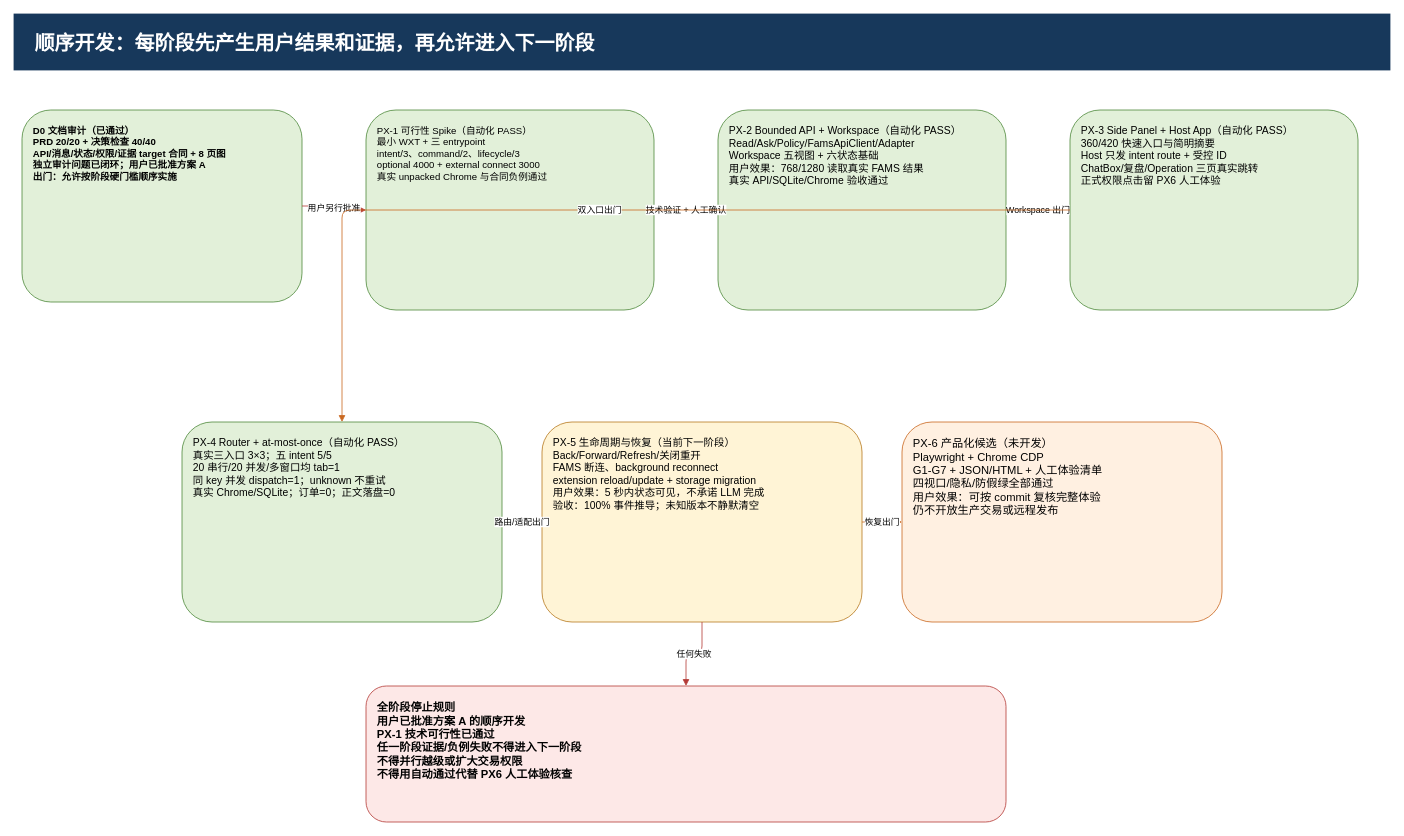
The draw.io diagram page "6 开发及验收计划" (6 of 8) of docs/v2-px-target-architecture-gap.drawio in ljx418/FAMS, before the edit. Source tidied: cells renumbered, new cells numbered last; positions are measured from the earlier drawing's top-left corner, leaving out a move shared by most shapes. Both pictures are drawn from the tidied source at 80%, with x=0, y=0 at pixel (14, 14).
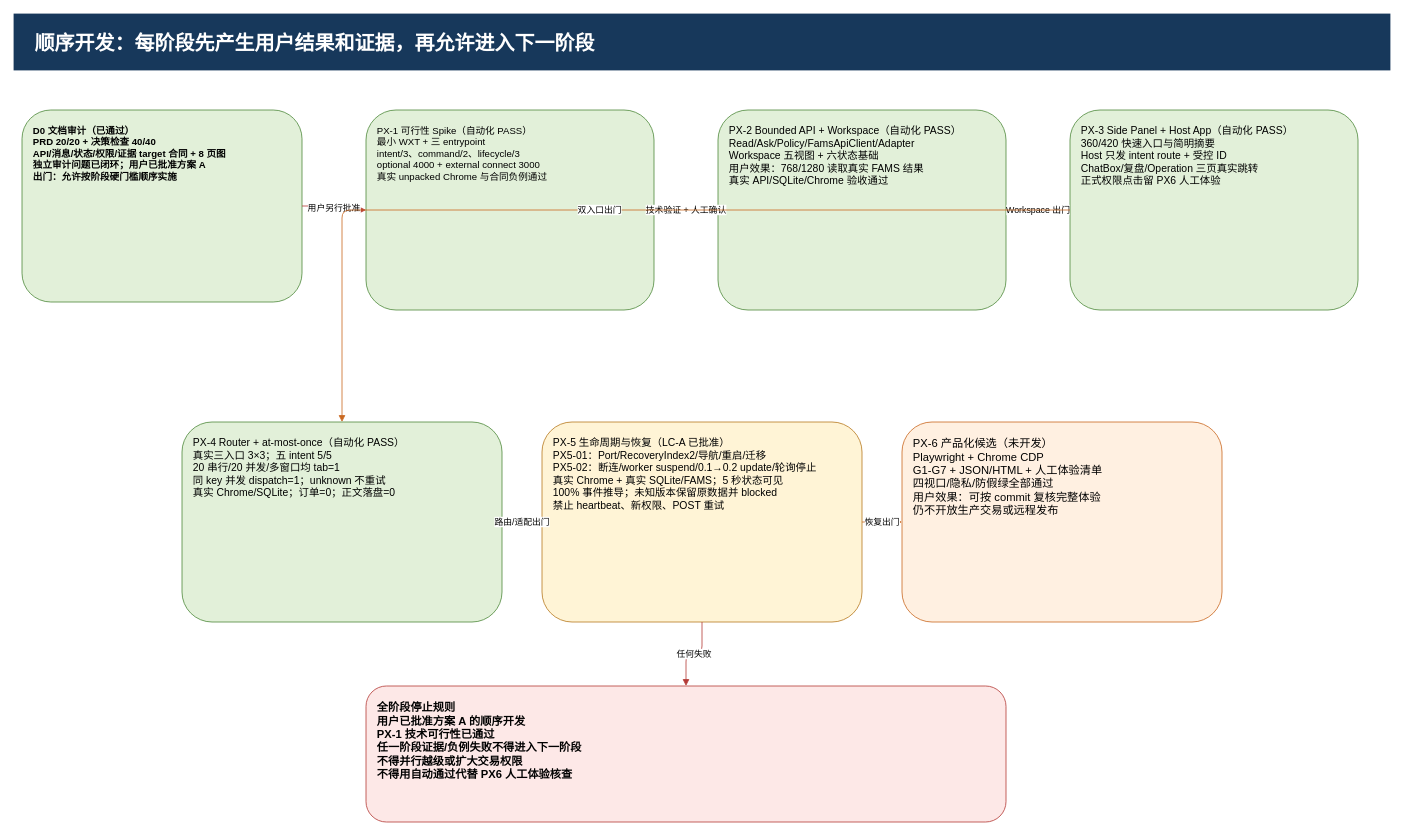
Above is the later version.

Change to the diagram source:
```diff
@@
 <mxGraphModel>
   <root>
     <mxCell id="0" />
     <mxCell id="1" parent="0" />
     <mxCell id="2" value="顺序开发：每阶段先产生用户结果和证据，再允许进入下一阶段" style="rounded=0;whiteSpace=wrap;html=1;fontFamily=Microsoft YaHei;fontSize=25;fontStyle=1;align=left;fillColor=#17385b;strokeColor=#17385b;fontColor=#ffffff;spacingLeft=24;" parent="1" vertex="1">
       <mxGeometry width="1720" height="70" as="geometry" />
     </mxCell>
     <mxCell id="3" value="D0 文档审计（已通过）&#10;PRD 20/20 + 决策检查 40/40&#10;API/消息/状态/权限/证据 target 合同 + 8 页图&#10;独立审计问题已闭环；用户已批准方案 A&#10;出门：允许按阶段硬门槛顺序实施" style="rounded=1;whiteSpace=wrap;html=1;fontFamily=Microsoft YaHei;fontSize=12;fontStyle=1;align=left;verticalAlign=top;fillColor=#e2f0d9;strokeColor=#4f8a3c;spacing=14;" parent="1" vertex="1">
       <mxGeometry x="10" y="120" width="350" height="240" as="geometry" />
     </mxCell>
     <mxCell id="4" value="PX-1 可行性 Spike（自动化 PASS）&#10;最小 WXT + 三 entrypoint&#10;intent/3、command/2、lifecycle/3&#10;optional 4000 + external connect 3000&#10;真实 unpacked Chrome 与合同负例通过" style="rounded=1;whiteSpace=wrap;html=1;fontFamily=Microsoft YaHei;fontSize=12;align=left;verticalAlign=top;fillColor=#e2f0d9;strokeColor=#4f8a3c;spacing=14;" parent="1" vertex="1">
       <mxGeometry x="440" y="120" width="360" height="250" as="geometry" />
     </mxCell>
     <mxCell id="5" value="PX-2 Bounded API + Workspace（自动化 PASS）&#10;Read/Ask/Policy/FamsApiClient/Adapter&#10;Workspace 五视图 + 六状态基础&#10;用户效果：768/1280 读取真实 FAMS 结果&#10;真实 API/SQLite/Chrome 验收通过" style="rounded=1;whiteSpace=wrap;html=1;fontFamily=Microsoft YaHei;fontSize=13;align=left;verticalAlign=top;fillColor=#e2f0d9;strokeColor=#4f8a3c;spacing=14;" parent="1" vertex="1">
       <mxGeometry x="880" y="120" width="360" height="250" as="geometry" />
     </mxCell>
     <mxCell id="6" value="PX-3 Side Panel + Host App（自动化 PASS）&#10;360/420 快速入口与简明摘要&#10;Host 只发 intent route + 受控 ID&#10;ChatBox/复盘/Operation 三页真实跳转&#10;正式权限点击留 PX6 人工体验" style="rounded=1;whiteSpace=wrap;html=1;fontFamily=Microsoft YaHei;fontSize=13;align=left;verticalAlign=top;fillColor=#e2f0d9;strokeColor=#4f8a3c;spacing=14;" parent="1" vertex="1">
       <mxGeometry x="1320" y="120" width="360" height="250" as="geometry" />
     </mxCell>
     <mxCell id="7" value="PX-4 Router + at-most-once（自动化 PASS）&#10;真实三入口 3×3；五 intent 5/5&#10;20 串行/20 并发/多窗口均 tab=1&#10;同 key 并发 dispatch=1；unknown 不重试&#10;真实 Chrome/SQLite；订单=0；正文落盘=0" style="rounded=1;whiteSpace=wrap;html=1;fontFamily=Microsoft YaHei;fontSize=13;align=left;verticalAlign=top;fillColor=#e2f0d9;strokeColor=#4f8a3c;spacing=14;" parent="1" vertex="1">
       <mxGeometry x="210" y="510" width="400" height="250" as="geometry" />
     </mxCell>
-    <mxCell id="8" value="PX-5 生命周期与恢复（当前下一阶段）&#10;Back/Forward/Refresh/关闭重开&#10;FAMS 断连、background reconnect&#10;extension reload/update + storage migration&#10;用户效果：5 秒内状态可见，不承诺 LLM 完成&#10;验收：100% 事件推导；未知版本不静默清空" style="rounded=1;whiteSpace=wrap;html=1;fontFamily=Microsoft YaHei;fontSize=13;align=left;verticalAlign=top;fillColor=#fff4d6;strokeColor=#b7791f;spacing=14;" parent="1" vertex="1">
+    <mxCell id="8" value="PX-5 生命周期与恢复（LC-A 已批准）&#10;PX5-01：Port/RecoveryIndex2/导航/重启/迁移&#10;PX5-02：断连/worker suspend/0.1→0.2 update/轮询停止&#10;真实 Chrome + 真实 SQLite/FAMS；5 秒状态可见&#10;100% 事件推导；未知版本保留原数据并 blocked&#10;禁止 heartbeat、新权限、POST 重试" style="rounded=1;whiteSpace=wrap;html=1;fontFamily=Microsoft YaHei;fontSize=13;align=left;verticalAlign=top;fillColor=#fff4d6;strokeColor=#b7791f;spacing=14;" parent="1" vertex="1">
       <mxGeometry x="660" y="510" width="400" height="250" as="geometry" />
     </mxCell>
     <mxCell id="9" value="PX-6 产品化候选（未开发）&#10;Playwright + Chrome CDP&#10;G1-G7 + JSON/HTML + 人工体验清单&#10;四视口/隐私/防假绿全部通过&#10;用户效果：可按 commit 复核完整体验&#10;仍不开放生产交易或远程发布" style="rounded=1;whiteSpace=wrap;html=1;fontFamily=Microsoft YaHei;fontSize=14;align=left;verticalAlign=top;fillColor=#fff0e1;strokeColor=#c96820;spacing=14;" parent="1" vertex="1">
       <mxGeometry x="1110" y="510" width="400" height="250" as="geometry" />
     </mxCell>
     <mxCell id="10" value="全阶段停止规则&#10;用户已批准方案 A 的顺序开发&#10;PX-1 技术可行性已通过&#10;任一阶段证据/负例失败不得进入下一阶段&#10;不得并行越级或扩大交易权限&#10;不得用自动通过代替 PX6 人工体验核查" style="rounded=1;whiteSpace=wrap;html=1;fontFamily=Microsoft YaHei;fontSize=14;fontStyle=1;align=left;verticalAlign=top;fillColor=#fde8e7;strokeColor=#b43a36;spacing=14;" parent="1" vertex="1">
       <mxGeometry x="440" y="840" width="800" height="170" as="geometry" />
     </mxCell>
     <mxCell id="11" value="用户另行批准" style="edgeStyle=orthogonalEdgeStyle;html=1;endArrow=block;strokeColor=#b43a36;" parent="1" edge="1" source="3" target="4">
       <mxGeometry relative="1" as="geometry" />
     </mxCell>
     <mxCell id="12" value="技术验证 + 人工确认" style="edgeStyle=orthogonalEdgeStyle;html=1;endArrow=block;strokeColor=#c96820;" parent="1" edge="1" source="4" target="5">
       <mxGeometry relative="1" as="geometry" />
     </mxCell>
     <mxCell id="13" value="Workspace 出门" style="edgeStyle=orthogonalEdgeStyle;html=1;endArrow=block;strokeColor=#c96820;" parent="1" edge="1" source="5" target="6">
       <mxGeometry relative="1" as="geometry" />
     </mxCell>
     <mxCell id="14" value="双入口出门" style="edgeStyle=orthogonalEdgeStyle;html=1;endArrow=block;strokeColor=#c96820;" parent="1" edge="1" source="6" target="7">
       <mxGeometry relative="1" as="geometry" />
     </mxCell>
     <mxCell id="15" value="路由/适配出门" style="edgeStyle=orthogonalEdgeStyle;html=1;endArrow=block;strokeColor=#c96820;" parent="1" edge="1" source="7" target="8">
       <mxGeometry relative="1" as="geometry" />
     </mxCell>
     <mxCell id="16" value="恢复出门" style="edgeStyle=orthogonalEdgeStyle;html=1;endArrow=block;strokeColor=#c96820;" parent="1" edge="1" source="8" target="9">
       <mxGeometry relative="1" as="geometry" />
     </mxCell>
     <mxCell id="17" value="任何失败" style="edgeStyle=orthogonalEdgeStyle;html=1;endArrow=block;strokeColor=#b43a36;" parent="1" edge="1" source="8" target="10">
       <mxGeometry relative="1" as="geometry" />
     </mxCell>
   </root>
 </mxGraphModel>
```
